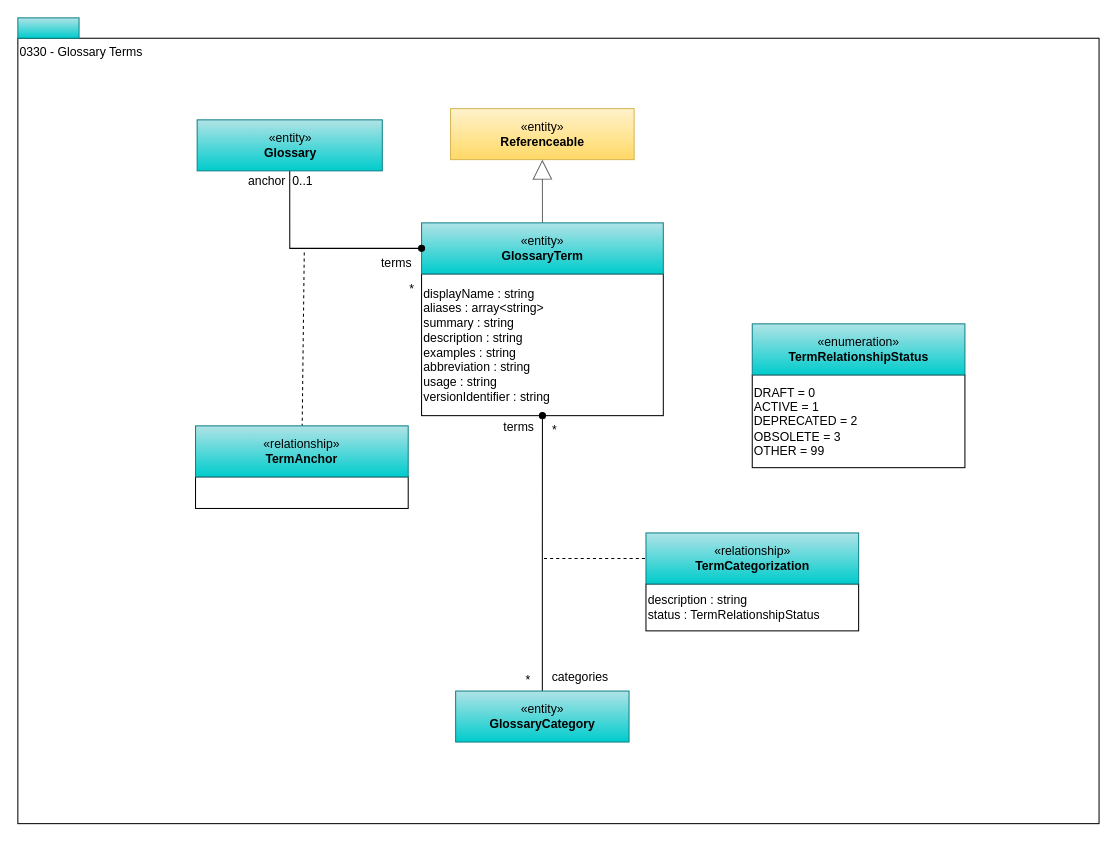
Before: page "0330-Terms" (4 of 13) of site/docs/types/3/area-3-glossary.drawio in odpi/egeria-docs, a draw.io diagram. Source tidied: cells renumbered, new cells numbered last; positions are measured from the earlier drawing's top-left corner, leaving out a move shared by most shapes. Both pictures are drawn from the tidied source at 102%, with x=0, y=0 at pixel (17, 17).
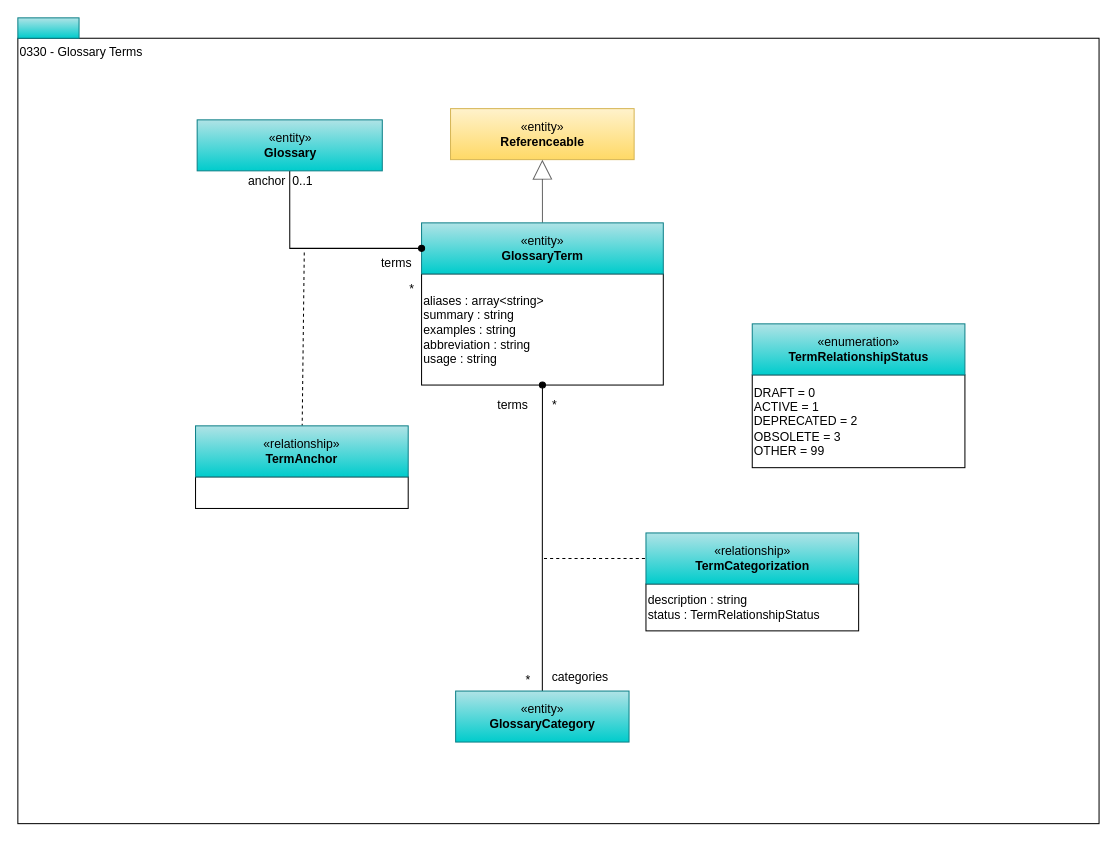
After the change.

Diff of the diagram source:
```diff
@@
-    <mxCell id="4" value="displayName : string&lt;div&gt;aliases : array&amp;lt;string&amp;gt;&lt;br&gt;summary : string&lt;br&gt;description : string&lt;br&gt;examples : string&lt;br&gt;abbreviation : string&lt;br&gt;usage : string&lt;br&gt;versionIdentifier : string&lt;/div&gt;" style="rounded=0;whiteSpace=wrap;html=1;strokeColor=#000000;gradientColor=#ffffff;align=left;" parent="1" vertex="1">
-      <mxGeometry x="395.8" y="251" width="237" height="139" as="geometry" />
+    <mxCell id="4" value="aliases : array&amp;lt;string&amp;gt;&lt;br&gt;summary : string&lt;br&gt;examples : string&lt;br&gt;abbreviation : string&lt;br&gt;usage : string" style="rounded=0;whiteSpace=wrap;html=1;strokeColor=#000000;gradientColor=#ffffff;align=left;" parent="1" vertex="1">
+      <mxGeometry x="395.8" y="251" width="237" height="109" as="geometry" />
     </mxCell>
@@
     <mxCell id="24" value="*" style="text;html=1;align=center;verticalAlign=middle;" parent="1" vertex="1">
-      <mxGeometry x="515.8" y="394" width="20" height="20" as="geometry" />
+      <mxGeometry x="515.8" y="370" width="20" height="20" as="geometry" />
     </mxCell>
     <mxCell id="25" value="terms" style="text;html=1;align=center;verticalAlign=middle;" parent="1" vertex="1">
-      <mxGeometry x="465.8" y="392" width="50" height="20" as="geometry" />
+      <mxGeometry x="459.8" y="370" width="50" height="20" as="geometry" />
     </mxCell>
```
